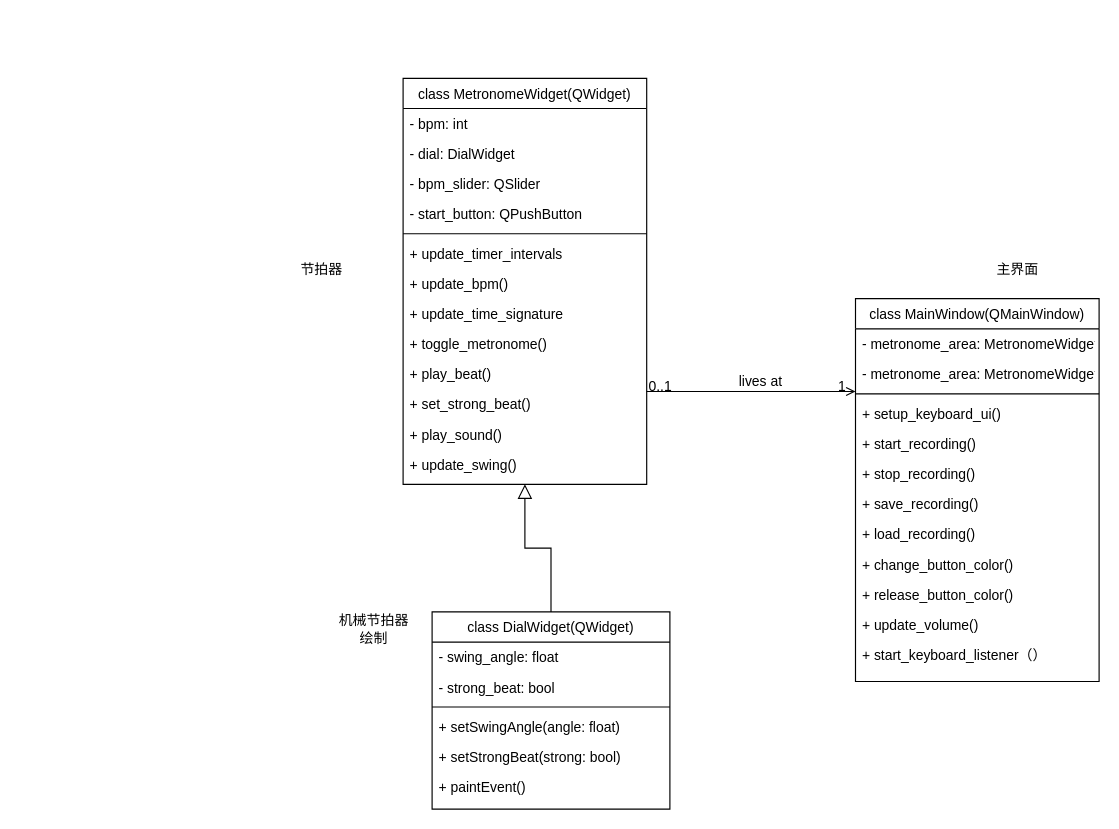
Before: piano.drawio in peng-na/draw.io_pic, a draw.io diagram. Source tidied: cells renumbered, new cells numbered last; positions are measured from the earlier drawing's top-left corner, leaving out a move shared by most shapes. Both pictures are drawn from the tidied source at 116%, with x=0, y=0 at pixel (287, 78).
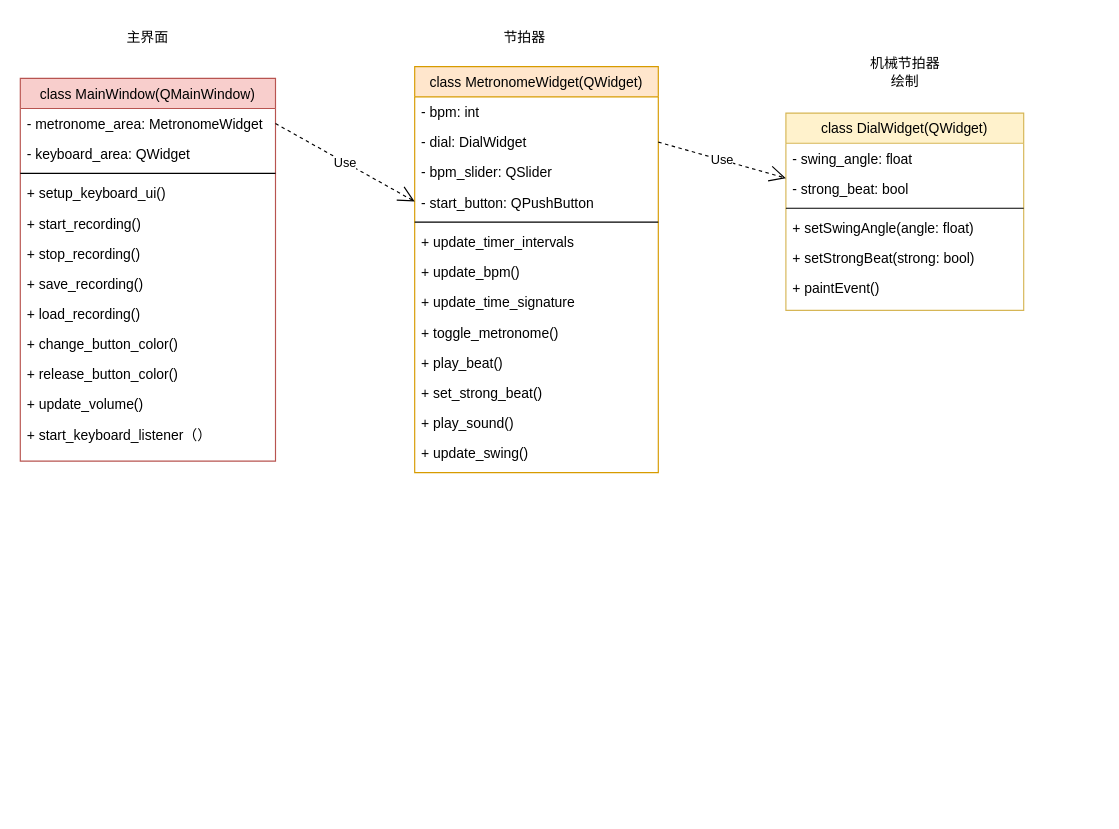
The same diagram, later.

Unchanged cells that the change refers to:
```xml
<mxCell id="4" value="- dial: DialWidget" style="text;align=left;verticalAlign=top;spacingLeft=4;spacingRight=4;overflow=hidden;points=[[0,0.5],[1,0.5]];portConstraint=eastwest;rounded=0;shadow=0;html=0;" parent="2" vertex="1">
  <mxGeometry y="52" width="210" height="26" as="geometry" />
</mxCell>
```

Change to the diagram source:
```diff
@@
-    <mxCell id="2" value="class MetronomeWidget(QWidget)" style="swimlane;fontStyle=0;align=center;verticalAlign=top;horizontal=1;startSize=26;rounded=0;shadow=0;strokeWidth=1;" parent="1" vertex="1">
-      <mxGeometry x="100" width="210" height="350" as="geometry" />
+    <mxCell id="2" value="class MetronomeWidget(QWidget)" style="swimlane;fontStyle=0;align=center;verticalAlign=top;horizontal=1;startSize=26;rounded=0;shadow=0;strokeWidth=1;fillColor=#ffe6cc;strokeColor=#d79b00;" parent="1" vertex="1">
+      <mxGeometry x="110" y="-10" width="210" height="350" as="geometry" />
     </mxCell>
@@
-    <mxCell id="16" value="class DialWidget(QWidget)" style="swimlane;fontStyle=0;align=center;verticalAlign=top;horizontal=1;startSize=26;rounded=0;shadow=0;strokeWidth=1;" parent="1" vertex="1">
-      <mxGeometry x="125" y="460" width="205" height="170" as="geometry" />
+    <mxCell id="16" value="class DialWidget(QWidget)" style="swimlane;fontStyle=0;align=center;verticalAlign=top;horizontal=1;startSize=26;rounded=0;shadow=0;strokeWidth=1;fillColor=#fff2cc;strokeColor=#d6b656;" parent="1" vertex="1">
+      <mxGeometry x="430" y="30" width="205" height="170" as="geometry" />
     </mxCell>
@@
-    <mxCell id="23" style="endArrow=block;endSize=10;endFill=0;shadow=0;strokeWidth=1;rounded=0;curved=0;edgeStyle=elbowEdgeStyle;elbow=vertical;" parent="1" edge="1" source="16" target="2">
-      <mxGeometry relative="1" as="geometry" />
-    </mxCell>
-    <mxCell id="24" value="class MainWindow(QMainWindow)" style="swimlane;fontStyle=0;align=center;verticalAlign=top;horizontal=1;startSize=26;rounded=0;shadow=0;strokeWidth=1;" parent="1" vertex="1">
-      <mxGeometry x="490" y="190" width="210" height="330" as="geometry" />
+    <mxCell id="24" value="class MainWindow(QMainWindow)" style="swimlane;fontStyle=0;align=center;verticalAlign=top;horizontal=1;startSize=26;rounded=0;shadow=0;strokeWidth=1;fillColor=#f8cecc;strokeColor=#b85450;" parent="1" vertex="1">
+      <mxGeometry x="-230" width="220" height="330" as="geometry" />
     </mxCell>
     <mxCell id="25" value="- metronome_area: MetronomeWidget" style="text;align=left;verticalAlign=top;spacingLeft=4;spacingRight=4;overflow=hidden;points=[[0,0.5],[1,0.5]];portConstraint=eastwest;" parent="24" vertex="1">
-      <mxGeometry y="26" width="210" height="26" as="geometry" />
+      <mxGeometry y="26" width="220" height="26" as="geometry" />
     </mxCell>
-    <mxCell id="26" value="- metronome_area: MetronomeWidget" style="text;align=left;verticalAlign=top;spacingLeft=4;spacingRight=4;overflow=hidden;rounded=0;shadow=0;html=0;" parent="24" vertex="1">
-      <mxGeometry y="52" width="210" height="26" as="geometry" />
+    <mxCell id="26" value="- keyboard_area: QWidget" style="text;align=left;verticalAlign=top;spacingLeft=4;spacingRight=4;overflow=hidden;rounded=0;shadow=0;html=0;" parent="24" vertex="1">
+      <mxGeometry y="52" width="220" height="26" as="geometry" />
     </mxCell>
     <mxCell id="27" style="line;html=1;strokeWidth=1;align=left;verticalAlign=middle;spacingTop=-1;spacingLeft=3;spacingRight=3;labelPosition=right;" parent="24" vertex="1">
-      <mxGeometry y="78" width="210" height="8" as="geometry" />
+      <mxGeometry y="78" width="220" height="8" as="geometry" />
     </mxCell>
     <mxCell id="28" value="+ setup_keyboard_ui()" style="text;align=left;verticalAlign=top;spacingLeft=4;spacingRight=4;overflow=hidden;" parent="24" vertex="1">
-      <mxGeometry y="86" width="210" height="26" as="geometry" />
+      <mxGeometry y="86" width="220" height="26" as="geometry" />
     </mxCell>
     <mxCell id="29" value="+ start_recording()" style="text;align=left;verticalAlign=top;spacingLeft=4;spacingRight=4;overflow=hidden;" parent="24" vertex="1">
-      <mxGeometry y="112" width="210" height="26" as="geometry" />
+      <mxGeometry y="112" width="220" height="26" as="geometry" />
     </mxCell>
     <mxCell id="30" value="+ stop_recording()" style="text;align=left;verticalAlign=top;spacingLeft=4;spacingRight=4;overflow=hidden;" parent="24" vertex="1">
-      <mxGeometry y="138" width="210" height="26" as="geometry" />
+      <mxGeometry y="138" width="220" height="26" as="geometry" />
     </mxCell>
     <mxCell id="31" value="+ save_recording()" style="text;align=left;verticalAlign=top;spacingLeft=4;spacingRight=4;overflow=hidden;" parent="24" vertex="1">
-      <mxGeometry y="164" width="210" height="26" as="geometry" />
+      <mxGeometry y="164" width="220" height="26" as="geometry" />
     </mxCell>
     <mxCell id="32" value="+ load_recording()" style="text;align=left;verticalAlign=top;spacingLeft=4;spacingRight=4;overflow=hidden;" parent="24" vertex="1">
-      <mxGeometry y="190" width="210" height="26" as="geometry" />
+      <mxGeometry y="190" width="220" height="26" as="geometry" />
     </mxCell>
     <mxCell id="33" value="+ change_button_color()" style="text;align=left;verticalAlign=top;spacingLeft=4;spacingRight=4;overflow=hidden;" parent="24" vertex="1">
-      <mxGeometry y="216" width="210" height="26" as="geometry" />
+      <mxGeometry y="216" width="220" height="26" as="geometry" />
     </mxCell>
     <mxCell id="34" value="+ release_button_color()" style="text;align=left;verticalAlign=top;spacingLeft=4;spacingRight=4;overflow=hidden;" parent="24" vertex="1">
-      <mxGeometry y="242" width="210" height="26" as="geometry" />
+      <mxGeometry y="242" width="220" height="26" as="geometry" />
     </mxCell>
     <mxCell id="35" value="+ update_volume()" style="text;align=left;verticalAlign=top;spacingLeft=4;spacingRight=4;overflow=hidden;" parent="24" vertex="1">
-      <mxGeometry y="268" width="210" height="26" as="geometry" />
+      <mxGeometry y="268" width="220" height="26" as="geometry" />
     </mxCell>
     <mxCell id="36" value="+ start_keyboard_listener（）" style="text;align=left;verticalAlign=top;spacingLeft=4;spacingRight=4;overflow=hidden;" parent="24" vertex="1">
-      <mxGeometry y="294" width="210" height="26" as="geometry" />
+      <mxGeometry y="294" width="220" height="26" as="geometry" />
     </mxCell>
-    <mxCell id="37" style="endArrow=open;shadow=0;strokeWidth=1;rounded=0;curved=0;endFill=1;edgeStyle=elbowEdgeStyle;elbow=vertical;" parent="1" edge="1" source="2" target="24">
-      <mxGeometry x="0.5" y="41" relative="1" as="geometry">
-        <mxPoint x="-40" y="32" as="offset" />
-      </mxGeometry>
-    </mxCell>
-    <mxCell id="38" value="0..1" style="align=left;verticalAlign=bottom;labelBackgroundColor=none;fontSize=12;" parent="37" vertex="1">
-      <mxGeometry x="-1" relative="1" as="geometry">
-        <mxPoint y="4" as="offset" />
-      </mxGeometry>
-    </mxCell>
-    <mxCell id="39" value="1" style="align=right;verticalAlign=bottom;labelBackgroundColor=none;fontSize=12;" parent="37" vertex="1">
-      <mxGeometry x="1" relative="1" as="geometry">
-        <mxPoint x="-7" y="4" as="offset" />
-      </mxGeometry>
-    </mxCell>
-    <mxCell id="40" value="lives at" style="text;html=1;align=center;verticalAlign=middle;labelBackgroundColor=none;rounded=0;shadow=0;strokeWidth=1;fontSize=12;" parent="37" vertex="1">
-      <mxGeometry x="0.5" y="49" relative="1" as="geometry">
-        <mxPoint x="-38" y="40" as="offset" />
-      </mxGeometry>
-    </mxCell>
     <mxCell id="41" value="机械节拍器绘制" style="text;html=1;align=center;verticalAlign=middle;whiteSpace=wrap;rounded=0;" parent="1" vertex="1">
-      <mxGeometry x="40" y="460" width="70" height="30" as="geometry" />
+      <mxGeometry x="497.5" y="-20" width="70" height="30" as="geometry" />
     </mxCell>
     <mxCell id="42" value="节拍器" style="text;html=1;align=center;verticalAlign=middle;whiteSpace=wrap;rounded=0;" parent="1" vertex="1">
-      <mxGeometry y="150" width="60" height="30" as="geometry" />
+      <mxGeometry x="175" y="-50" width="60" height="30" as="geometry" />
     </mxCell>
     <mxCell id="43" value="主界面" style="text;html=1;align=center;verticalAlign=middle;whiteSpace=wrap;rounded=0;" parent="1" vertex="1">
-      <mxGeometry x="600" y="150" width="60" height="30" as="geometry" />
+      <mxGeometry x="-150" y="-50" width="60" height="30" as="geometry" />
     </mxCell>
+    <mxCell id="44" value="Use" style="endArrow=open;endSize=12;dashed=1;html=1;rounded=0;exitX=1;exitY=0.5;exitDx=0;exitDy=0;" parent="1" edge="1" source="25" target="2">
+      <mxGeometry relative="1" as="geometry" />
+    </mxCell>
+    <mxCell id="45" value="Use" style="endArrow=open;endSize=12;dashed=1;html=1;rounded=0;exitX=1;exitY=0.5;exitDx=0;exitDy=0;" parent="1" edge="1" source="4" target="16">
+      <mxGeometry relative="1" as="geometry" />
+    </mxCell>
```
